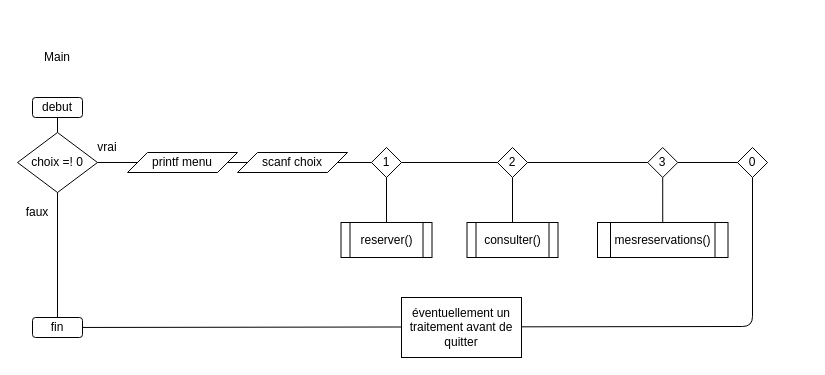
Above: diagrammes/main.drawio in Ropzt/reservation (draw.io), before the change. Source tidied: cells renumbered, new cells numbered last; positions are measured from the earlier drawing's top-left corner, leaving out a move shared by most shapes. Both pictures are drawn from the tidied source at 100%, with x=0, y=0 at pixel (17, 47).
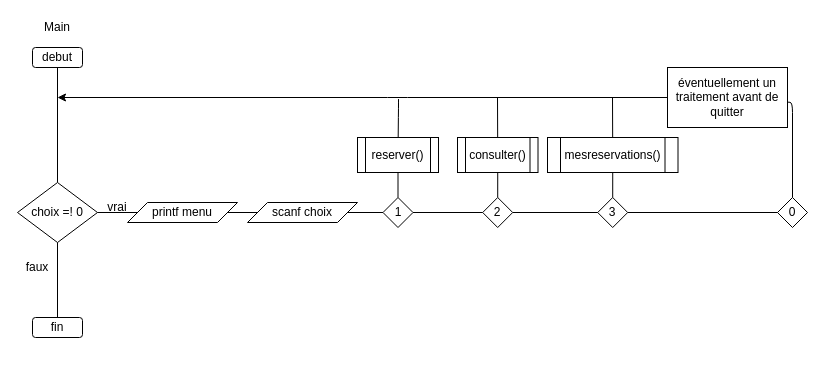
After the change.

Commit message (it also covers changes not shown here):
corrige le while du diagramme main

The change refers to these unchanged cells:
```xml
<mxCell id="6" value="fin" style="rounded=1;whiteSpace=wrap;html=1;" parent="1" vertex="1">
  <mxGeometry x="15" y="270" width="50" height="20" as="geometry" />
</mxCell>
```

Diff of the diagram source:
```diff
@@
     <mxCell id="2" value="debut" style="rounded=1;whiteSpace=wrap;html=1;" parent="1" vertex="1">
-      <mxGeometry x="15" y="50" width="50" height="20" as="geometry" />
+      <mxGeometry x="15" width="50" height="20" as="geometry" />
     </mxCell>
@@
     <mxCell id="4" value="Main" style="text;html=1;strokeColor=none;fillColor=none;align=center;verticalAlign=middle;whiteSpace=wrap;rounded=0;" parent="1" vertex="1">
-      <mxGeometry x="20" width="40" height="20" as="geometry" />
+      <mxGeometry x="20" y="-30" width="40" height="20" as="geometry" />
     </mxCell>
     <mxCell id="5" value="choix =! 0" style="rhombus;whiteSpace=wrap;html=1;" parent="1" vertex="1">
-      <mxGeometry y="85" width="80" height="60" as="geometry" />
+      <mxGeometry y="135" width="80" height="60" as="geometry" />
     </mxCell>
@@
     <mxCell id="8" value="faux" style="text;html=1;strokeColor=none;fillColor=none;align=center;verticalAlign=middle;whiteSpace=wrap;rounded=0;" parent="1" vertex="1">
-      <mxGeometry y="155" width="40" height="20" as="geometry" />
+      <mxGeometry y="210" width="40" height="20" as="geometry" />
     </mxCell>
@@
     <mxCell id="10" value="vrai" style="text;html=1;strokeColor=none;fillColor=none;align=center;verticalAlign=middle;whiteSpace=wrap;rounded=0;" parent="1" vertex="1">
-      <mxGeometry x="70" y="90" width="40" height="20" as="geometry" />
+      <mxGeometry x="80" y="150" width="40" height="20" as="geometry" />
     </mxCell>
@@
     <mxCell id="13" value="printf menu" style="shape=parallelogram;perimeter=parallelogramPerimeter;whiteSpace=wrap;html=1;fixedSize=1;" parent="1" vertex="1">
-      <mxGeometry x="110" y="105" width="110" height="20" as="geometry" />
+      <mxGeometry x="110" y="155" width="110" height="20" as="geometry" />
     </mxCell>
     <mxCell id="14" value="scanf choix" style="shape=parallelogram;perimeter=parallelogramPerimeter;whiteSpace=wrap;html=1;fixedSize=1;" parent="1" vertex="1">
-      <mxGeometry x="220" y="105" width="110" height="20" as="geometry" />
+      <mxGeometry x="230" y="155" width="110" height="20" as="geometry" />
     </mxCell>
     <mxCell id="15" value="1" style="rhombus;whiteSpace=wrap;html=1;" parent="1" vertex="1">
-      <mxGeometry x="354" y="100" width="30" height="30" as="geometry" />
+      <mxGeometry x="365.5" y="150" width="30" height="30" as="geometry" />
     </mxCell>
     <mxCell id="16" value="2" style="rhombus;whiteSpace=wrap;html=1;" parent="1" vertex="1">
-      <mxGeometry x="480" y="100" width="30" height="30" as="geometry" />
+      <mxGeometry x="465.2" y="150" width="30" height="30" as="geometry" />
     </mxCell>
@@
     <mxCell id="18" value="reserver()" style="shape=process;whiteSpace=wrap;html=1;backgroundOutline=1;" parent="1" vertex="1">
-      <mxGeometry x="323.5" y="175" width="91" height="35" as="geometry" />
+      <mxGeometry x="340" y="90" width="81" height="35" as="geometry" />
     </mxCell>
@@
     <mxCell id="20" value="consulter()" style="shape=process;whiteSpace=wrap;html=1;backgroundOutline=1;" parent="1" vertex="1">
-      <mxGeometry x="449.5" y="175" width="91" height="35" as="geometry" />
+      <mxGeometry x="440" y="90" width="80.5" height="35" as="geometry" />
     </mxCell>
@@
     <mxCell id="22" value="3" style="rhombus;whiteSpace=wrap;html=1;" parent="1" vertex="1">
-      <mxGeometry x="630.2" y="100" width="30" height="30" as="geometry" />
+      <mxGeometry x="580.2" y="150" width="30" height="30" as="geometry" />
     </mxCell>
@@
     <mxCell id="24" value="mesreservations()" style="shape=process;whiteSpace=wrap;html=1;backgroundOutline=1;" parent="1" vertex="1">
-      <mxGeometry x="580" y="175" width="130.5" height="35" as="geometry" />
+      <mxGeometry x="530" y="90" width="130.5" height="35" as="geometry" />
     </mxCell>
@@
     <mxCell id="26" value="0" style="rhombus;whiteSpace=wrap;html=1;" parent="1" vertex="1">
-      <mxGeometry x="720" y="100" width="30" height="30" as="geometry" />
+      <mxGeometry x="760" y="150" width="30" height="30" as="geometry" />
     </mxCell>
@@
-    <mxCell id="28" style="endArrow=none;html=1;" parent="1" edge="1" source="6" target="26">
+    <mxCell id="28" style="endArrow=none;html=1;" parent="1" edge="1" source="29" target="26">
       <mxGeometry relative="1" as="geometry">
         <Array as="points">
-          <mxPoint x="735" y="279" />
+          <mxPoint x="775" y="55" />
         </Array>
       </mxGeometry>
     </mxCell>
     <mxCell id="29" value="éventuellement un traitement avant de quitter" style="rounded=0;whiteSpace=wrap;html=1;" parent="1" vertex="1">
-      <mxGeometry x="384" y="250" width="120" height="60" as="geometry" />
+      <mxGeometry x="650" y="20" width="120" height="60" as="geometry" />
     </mxCell>
+    <mxCell id="30" style="endArrow=none;html=1;startArrow=classic;startFill=1;" parent="1" edge="1" target="29">
+      <mxGeometry relative="1" as="geometry">
+        <mxPoint x="40" y="50" as="sourcePoint" />
+        <Array as="points">
+          <mxPoint x="380" y="50" />
+        </Array>
+      </mxGeometry>
+    </mxCell>
+    <mxCell id="31" style="endArrow=none;html=1;" parent="1" edge="1" source="18">
+      <mxGeometry relative="1" as="geometry">
+        <mxPoint x="381" y="60" as="targetPoint" />
+        <Array as="points">
+          <mxPoint x="381" y="60" />
+          <mxPoint x="381" y="50" />
+        </Array>
+      </mxGeometry>
+    </mxCell>
+    <mxCell id="32" style="endArrow=none;html=1;" parent="1" edge="1" source="20">
+      <mxGeometry relative="1" as="geometry">
+        <mxPoint x="480" y="50" as="targetPoint" />
+      </mxGeometry>
+    </mxCell>
+    <mxCell id="33" style="endArrow=none;html=1;" parent="1" edge="1" target="24">
+      <mxGeometry relative="1" as="geometry">
+        <mxPoint x="595" y="50" as="sourcePoint" />
+      </mxGeometry>
+    </mxCell>
```
